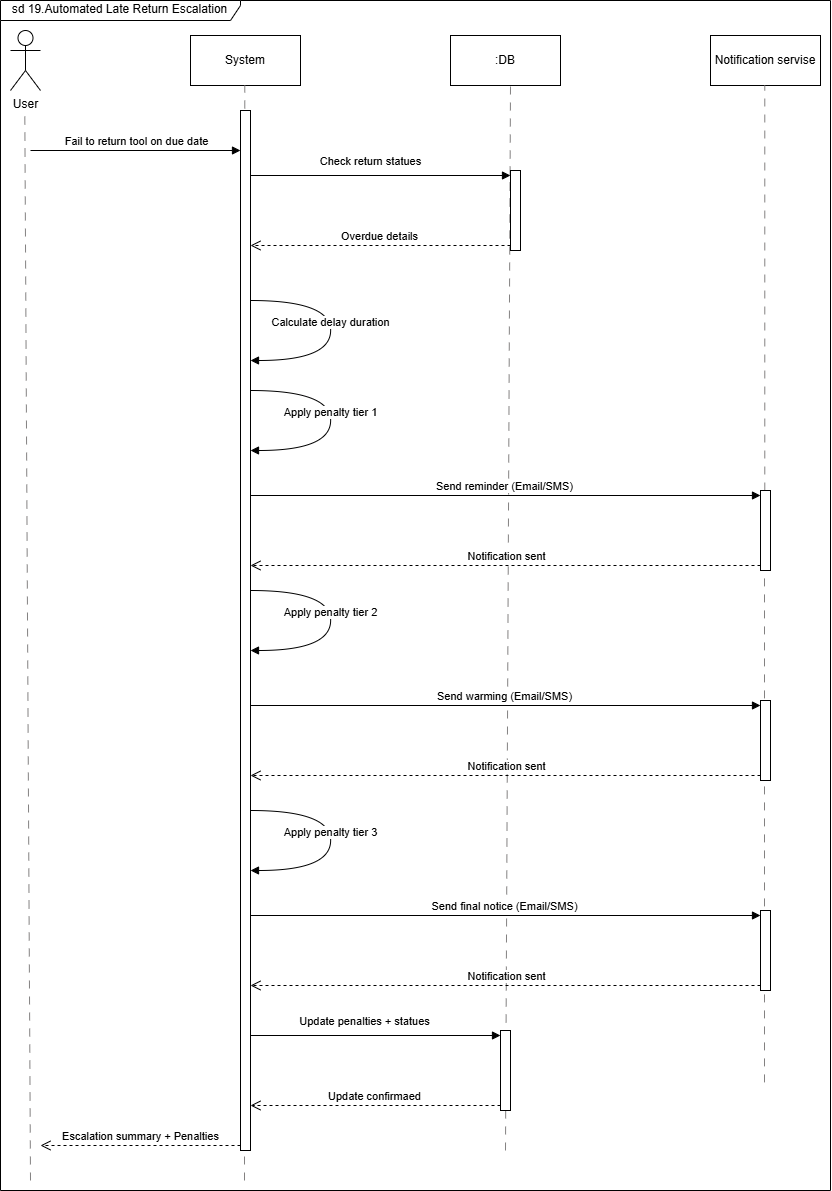
This is SE Project/Sequence Diagrams/seq(19).drawio.png from M7moudAbdallah01/P2P-Specialized-Tool-Library-SE1-, a draw.io export, as it was before one commit. Source tidied: cells renumbered, new cells last; positions are measured from the earlier drawing's top-left corner, leaving out a move shared by most shapes.
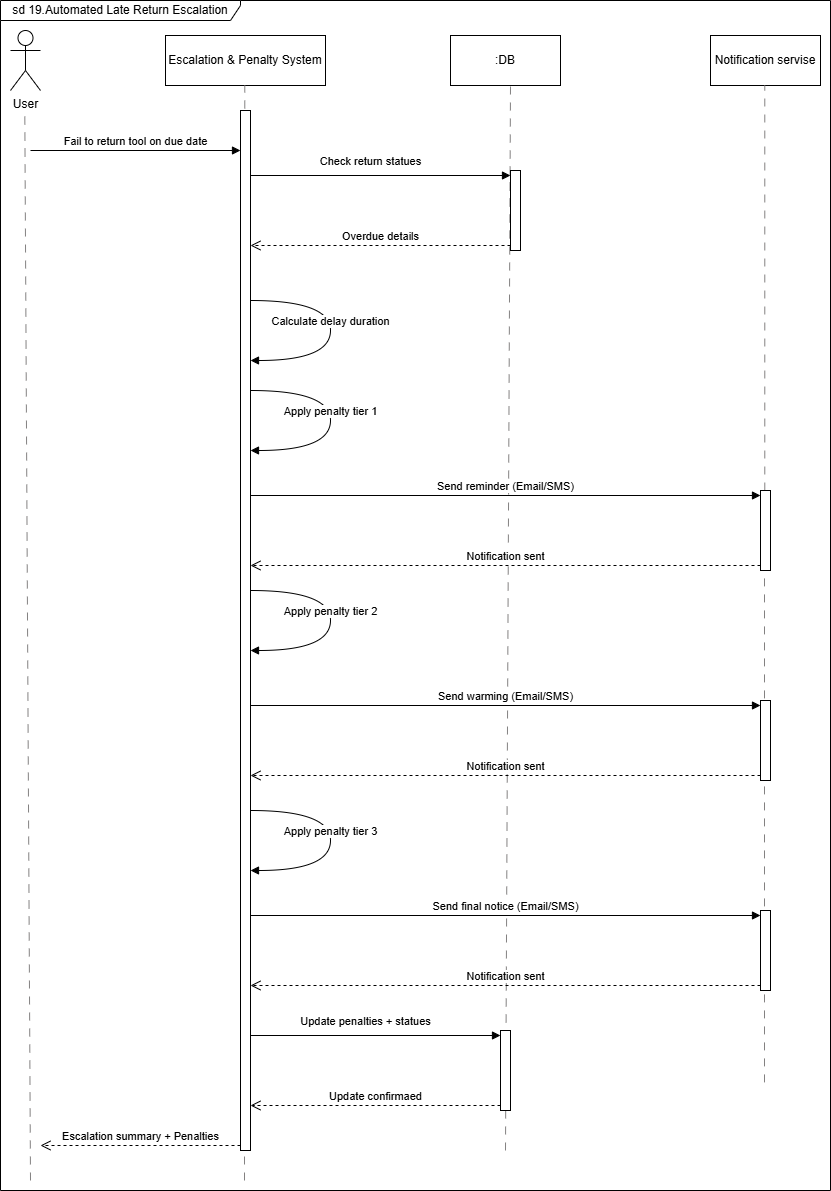
Above is the later version.

Change to the diagram source:
```diff
@@ -5,8 +5,8 @@
     <mxCell id="2" value="User" style="shape=umlActor;verticalLabelPosition=bottom;verticalAlign=top;html=1;" parent="1" vertex="1">
       <mxGeometry x="10" y="30" width="30" height="60" as="geometry" />
     </mxCell>
-    <mxCell id="3" value="System" style="html=1;whiteSpace=wrap;" parent="1" vertex="1">
-      <mxGeometry x="190" y="35" width="110" height="50" as="geometry" />
+    <mxCell id="3" value="Escalation &amp;amp; Penalty System" style="html=1;whiteSpace=wrap;" parent="1" vertex="1">
+      <mxGeometry x="165" y="35" width="160" height="50" as="geometry" />
     </mxCell>
     <mxCell id="4" value=":DB" style="html=1;whiteSpace=wrap;" parent="1" vertex="1">
       <mxGeometry x="450" y="35" width="110" height="50" as="geometry" />
```
